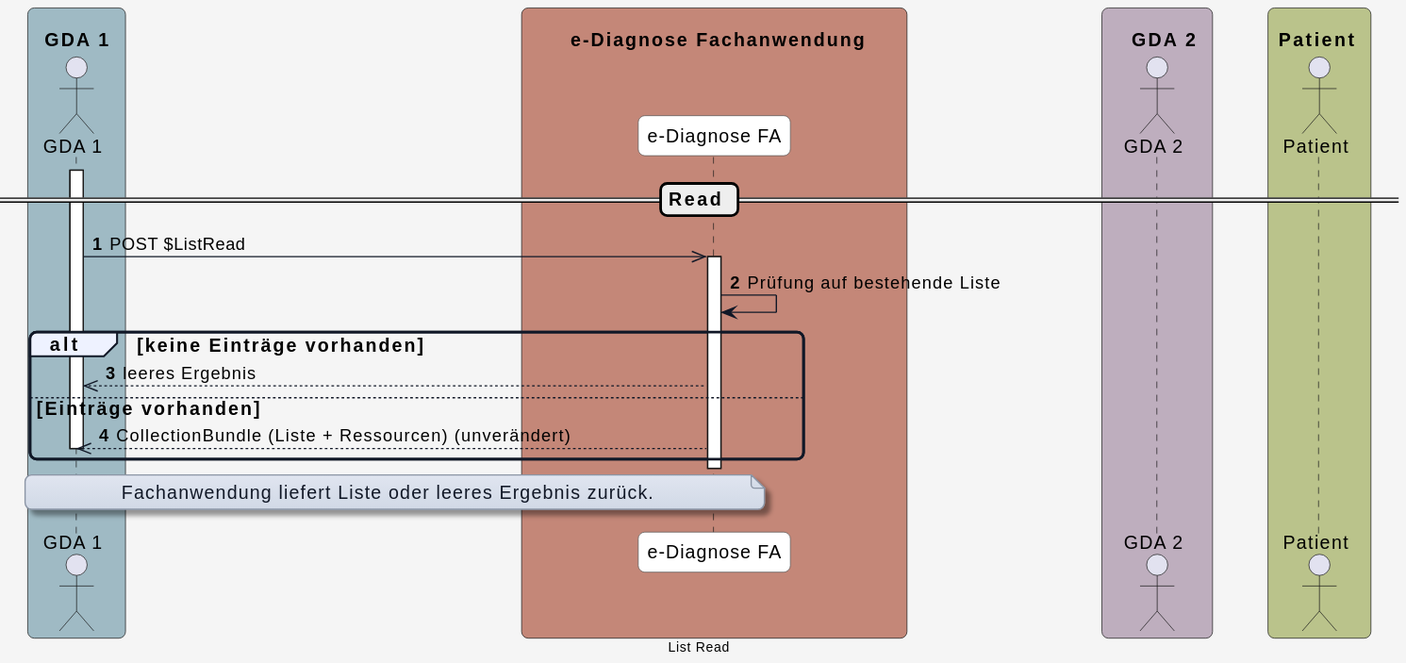
Earlier version of the PlantUML export input/images/plantuml/diagram_read.svg (HL7Austria/ELGA-e-Diagnose-R4). The source it was exported from:
```plantuml
@startuml
skinparam borderColor #000000
skinparam backgroundColor #f5f5f5
skinparam shadowing false
skinparam roundCorner 10
skinparam defaultFontName "Arial"
skinparam defaultFontSize 14
skinparam defaultFontColor #000000

skinparam note {
  BackgroundColor #e0e5f0-#d1d9e6
  BorderColor #8b95a5
  BorderThickness 1
  RoundCorner 8
  Padding 6
  FontColor #111827
  Shadowing true
}

skinparam HyperlinkColor #0000EE
skinparam HyperlinkUnderline false

skinparam sequence {
  ParticipantBorderColor #555555
  ParticipantBackgroundColor #ffffff
  ParticipantFontColor #000000
  ParticipantFontSize 14
  ParticipantPadding 20
  ArrowColor #111827
  ArrowThickness 1
  ArrowFontColor #000000
  ArrowFontSize 13
  GroupBorderColor #111827
  GroupBackgroundColor #eef2ff
  GroupBorderThickness 2
}

skinparam BoxPadding 20
skinparam BoxBorderColor #555555

box "\n  GDA 1  " #9fbac4
  actor GDA_1 as "GDA 1"
end box

box "\n       e-Diagnose Fachanwendung      " #C48778
  participant eDiag_FA as "e-Diagnose FA"
end box

box "\n    GDA 2  " #beaebe
  actor GDA_2 as "GDA 2"
end box

box "\n Patient  " #bac38b
  actor Patient as "Patient"
end box


autonumber

== Read ==
activate GDA_1
GDA_1 ->> eDiag_FA: POST $ListRead

activate eDiag_FA
eDiag_FA -> eDiag_FA: Prüfung auf bestehende Liste

alt keine Einträge vorhanden
  eDiag_FA -->> GDA_1: leeres Ergebnis
else Einträge vorhanden
  eDiag_FA -->> GDA_1: CollectionBundle (Liste + Ressourcen) (unverändert)
  deactivate GDA_1
end
deactivate eDiag_FA

note over GDA_1, eDiag_FA
Fachanwendung liefert Liste oder leeres Ergebnis zurück.
end note

center footer List Read
@enduml
```
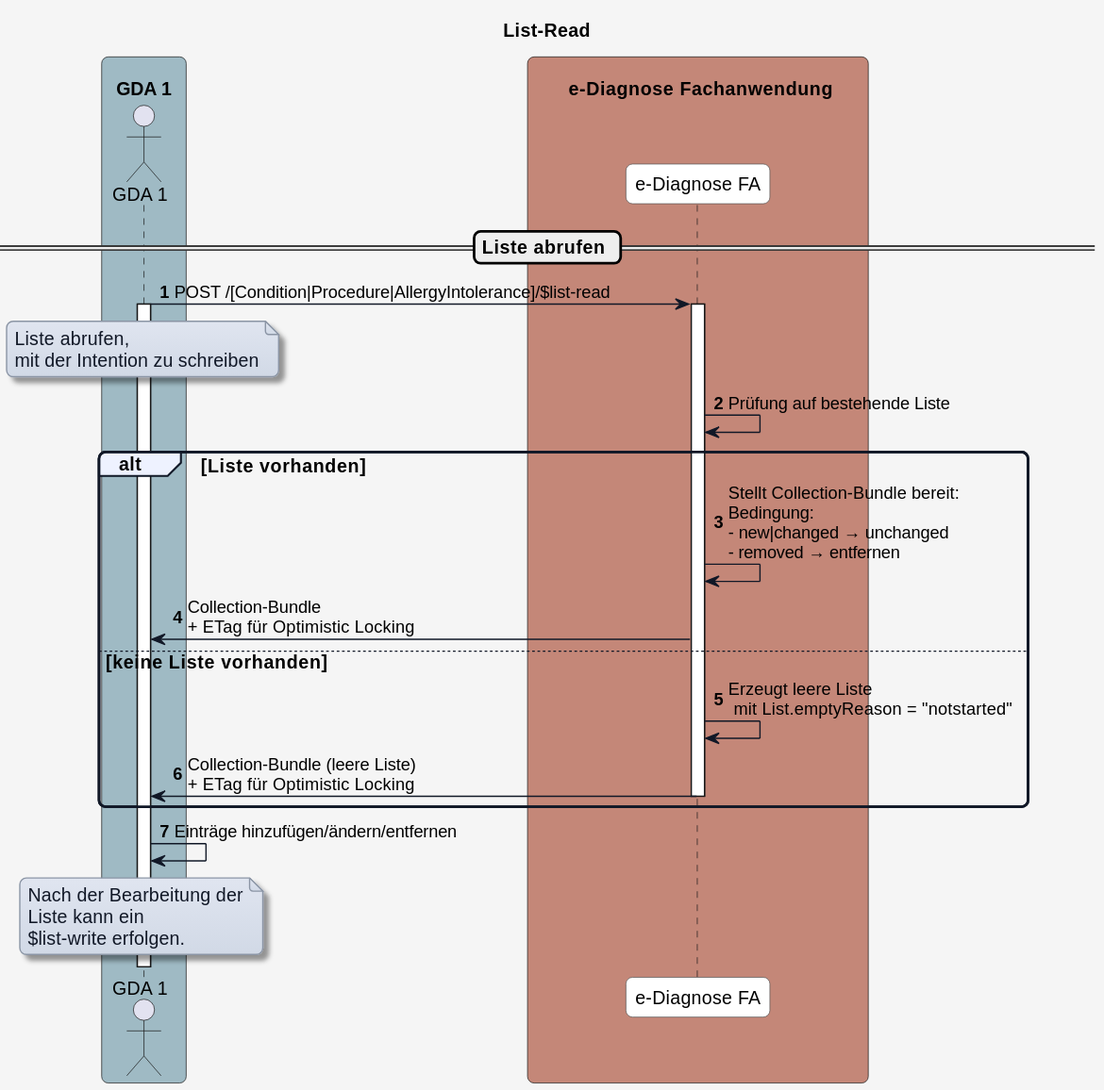
Later version of the same file.

Commit message:
Update general list interactions

Diff of the diagram source:
```diff
@@ -1,4 +1,6 @@
 @startuml
+title List-Read
+
 skinparam borderColor #000000
 skinparam backgroundColor #f5f5f5
 skinparam shadowing false
@@ -46,35 +48,37 @@
   participant eDiag_FA as "e-Diagnose FA"
 end box
 
-box "\n    GDA 2  " #beaebe
-  actor GDA_2 as "GDA 2"
-end box
-
-box "\n Patient  " #bac38b
-  actor Patient as "Patient"
-end box
-
-
 autonumber
 
-== Read ==
+== Liste abrufen ==
+
+GDA_1 -> eDiag_FA: POST /[Condition|Procedure|AllergyIntolerance]/$list-read
+
 activate GDA_1
-GDA_1 ->> eDiag_FA: POST $ListRead
+
+note over GDA_1
+Liste abrufen,
+mit der Intention zu schreiben
+end note
 
 activate eDiag_FA
+
 eDiag_FA -> eDiag_FA: Prüfung auf bestehende Liste
 
-alt keine Einträge vorhanden
-  eDiag_FA -->> GDA_1: leeres Ergebnis
-else Einträge vorhanden
-  eDiag_FA -->> GDA_1: CollectionBundle (Liste + Ressourcen) (unverändert)
-  deactivate GDA_1
+alt Liste vorhanden
+  eDiag_FA -> eDiag_FA: Stellt Collection-Bundle bereit:\nBedingung:\n- new|changed → unchanged\n- removed → entfernen
+  eDiag_FA -> GDA_1: Collection-Bundle\n+ ETag für Optimistic Locking
+else keine Liste vorhanden
+  eDiag_FA -> eDiag_FA: Erzeugt leere Liste\n mit List.emptyReason = "notstarted"
+  eDiag_FA -> GDA_1: Collection-Bundle (leere Liste)\n+ ETag für Optimistic Locking
+  deactivate eDiag_FA
 end
-deactivate eDiag_FA
 
-note over GDA_1, eDiag_FA
-Fachanwendung liefert Liste oder leeres Ergebnis zurück.
+GDA_1 -> GDA_1: Einträge hinzufügen/ändern/entfernen
+
+note over GDA_1
+Nach der Bearbeitung der
+Liste kann ein
+$list-write erfolgen.
 end note
-
-center footer List Read
 @enduml
```
